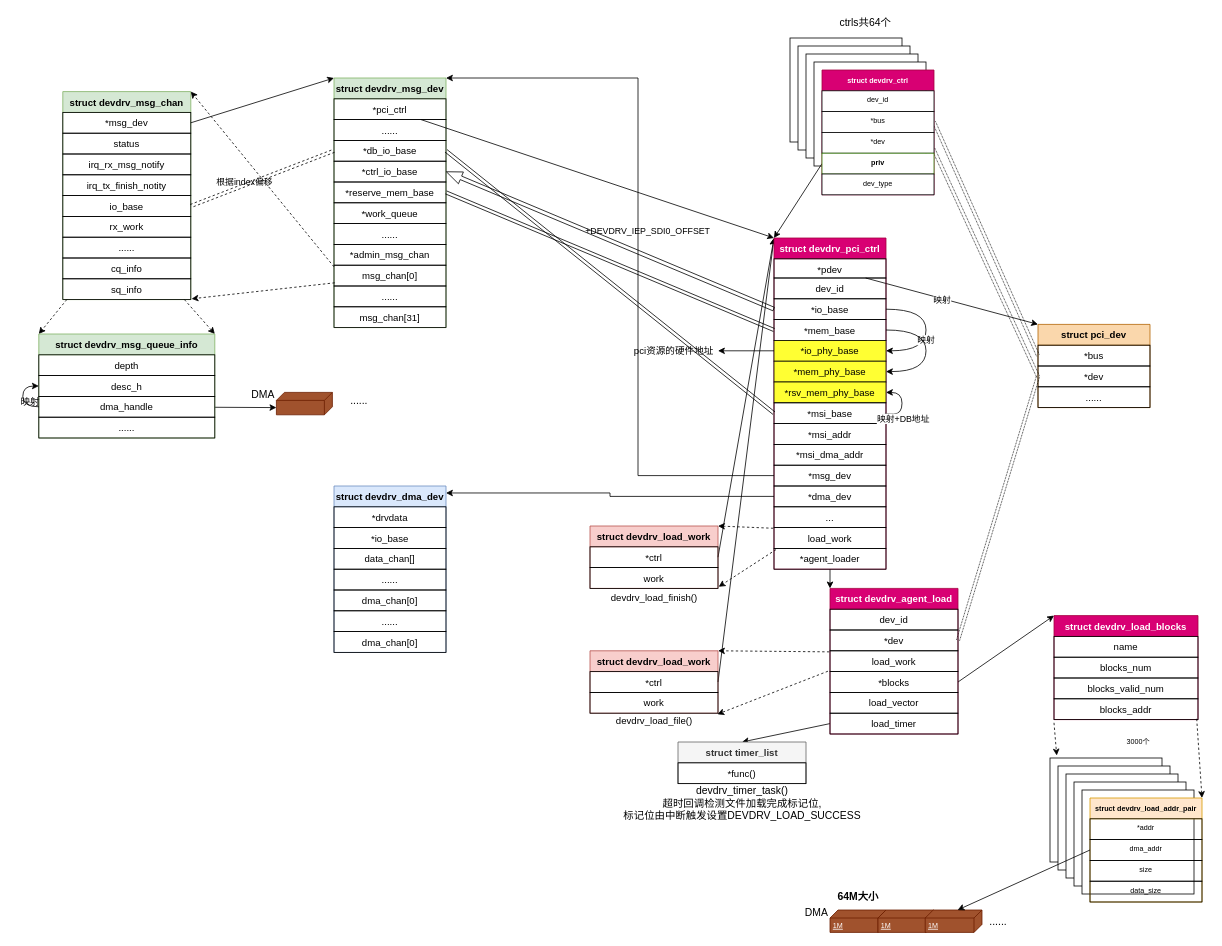
Above: atlas200.drawio in qiaoshouxing/draw.io (draw.io), before the change. Source tidied: cells renumbered, new cells numbered last; positions are measured from the earlier drawing's top-left corner, leaving out a move shared by most shapes. Both pictures are drawn from the tidied source at 80%, with x=0, y=0 at pixel (14, 14).
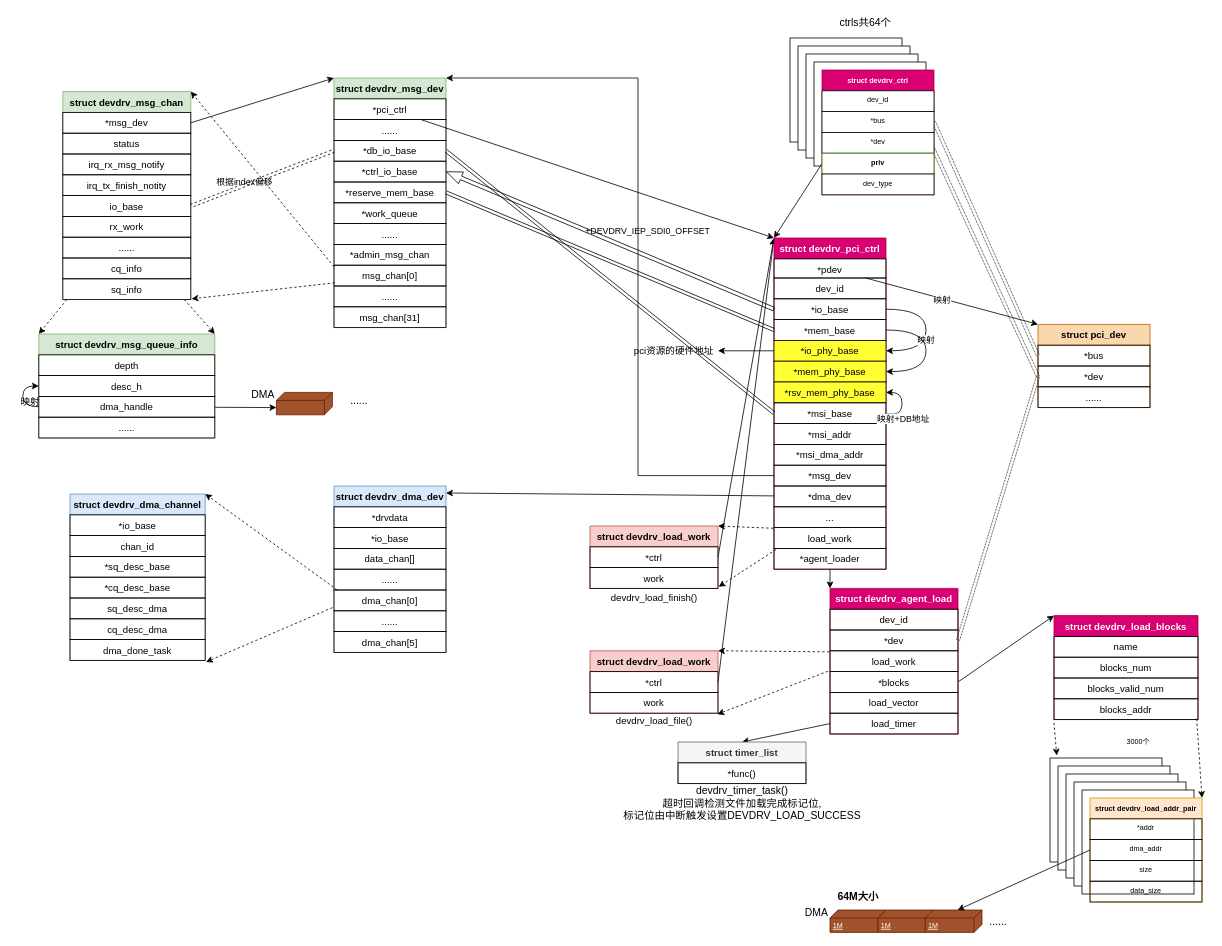
The same page after the edit.

The change refers to these unchanged cells:
```xml
<mxCell id="49" value="*dma_dev" style="text;strokeColor=#000000;fillColor=none;align=center;verticalAlign=top;spacingLeft=4;spacingRight=4;overflow=hidden;points=[[0,0.5],[1,0.5]];portConstraint=eastwest;" parent="35" vertex="1">
  <mxGeometry y="310" width="140" height="26" as="geometry" />
</mxCell>
<mxCell id="145" value="struct devdrv_dma_dev" style="swimlane;fontStyle=1;horizontal=1;startSize=26;fillColor=#dae8fc;strokeColor=#6c8ebf;" parent="1" vertex="1">
  <mxGeometry x="400" y="590" width="140" height="208" as="geometry" />
</mxCell>
<mxCell id="150" value="dma_chan[0]" style="text;strokeColor=#000000;fillColor=none;align=center;verticalAlign=top;spacingLeft=4;spacingRight=4;overflow=hidden;points=[[0,0.5],[1,0.5]];portConstraint=eastwest;" parent="145" vertex="1">
  <mxGeometry y="130" width="140" height="26" as="geometry" />
</mxCell>
```

The edit, as a diff of the source:
```diff
@@
-    <mxCell id="144" style="edgeStyle=orthogonalEdgeStyle;rounded=0;jettySize=auto;html=1;entryX=1;entryY=0.042;entryDx=0;entryDy=0;entryPerimeter=0;" parent="1" edge="1" source="49" target="145">
+    <mxCell id="144" style="rounded=0;jettySize=auto;html=1;entryX=1;entryY=0.042;entryDx=0;entryDy=0;entryPerimeter=0;" parent="1" edge="1" source="49" target="145">
       <mxGeometry relative="1" as="geometry" />
     </mxCell>
@@
-    <mxCell id="152" value="dma_chan[0]" style="text;strokeColor=#000000;fillColor=none;align=center;verticalAlign=top;spacingLeft=4;spacingRight=4;overflow=hidden;" parent="145" vertex="1">
+    <mxCell id="152" value="dma_chan[5]" style="text;strokeColor=#000000;fillColor=none;align=center;verticalAlign=top;spacingLeft=4;spacingRight=4;overflow=hidden;" parent="145" vertex="1">
       <mxGeometry y="182" width="140" height="26" as="geometry" />
     </mxCell>
+    <mxCell id="153" value="struct devdrv_dma_channel" style="swimlane;fontStyle=1;horizontal=1;startSize=26;fillColor=#dae8fc;strokeColor=#6c8ebf;" parent="1" vertex="1">
+      <mxGeometry x="70" y="600" width="169" height="208" as="geometry" />
+    </mxCell>
+    <mxCell id="154" value="*io_base" style="text;strokeColor=#000000;fillColor=none;align=center;verticalAlign=top;spacingLeft=4;spacingRight=4;overflow=hidden;" parent="153" vertex="1">
+      <mxGeometry y="26" width="169" height="26" as="geometry" />
+    </mxCell>
+    <mxCell id="155" value="chan_id" style="text;strokeColor=#000000;fillColor=none;align=center;verticalAlign=top;spacingLeft=4;spacingRight=4;overflow=hidden;" parent="153" vertex="1">
+      <mxGeometry y="52" width="169" height="26" as="geometry" />
+    </mxCell>
+    <mxCell id="156" value="*sq_desc_base" style="text;strokeColor=#000000;fillColor=none;align=center;verticalAlign=top;spacingLeft=4;spacingRight=4;overflow=hidden;" parent="153" vertex="1">
+      <mxGeometry y="78" width="169" height="26" as="geometry" />
+    </mxCell>
+    <mxCell id="157" value="*cq_desc_base" style="text;strokeColor=#000000;fillColor=none;align=center;verticalAlign=top;spacingLeft=4;spacingRight=4;overflow=hidden;" parent="153" vertex="1">
+      <mxGeometry y="104" width="169" height="26" as="geometry" />
+    </mxCell>
+    <mxCell id="158" value="sq_desc_dma" style="text;strokeColor=#000000;fillColor=none;align=center;verticalAlign=top;spacingLeft=4;spacingRight=4;overflow=hidden;" parent="153" vertex="1">
+      <mxGeometry y="130" width="169" height="26" as="geometry" />
+    </mxCell>
+    <mxCell id="159" value="cq_desc_dma" style="text;strokeColor=#000000;fillColor=none;align=center;verticalAlign=top;spacingLeft=4;spacingRight=4;overflow=hidden;" parent="153" vertex="1">
+      <mxGeometry y="156" width="169" height="26" as="geometry" />
+    </mxCell>
+    <mxCell id="160" value="dma_done_task" style="text;strokeColor=#000000;fillColor=none;align=center;verticalAlign=top;spacingLeft=4;spacingRight=4;overflow=hidden;points=[[0,0.5],[1,0.5]];portConstraint=eastwest;" parent="153" vertex="1">
+      <mxGeometry y="182" width="169" height="26" as="geometry" />
+    </mxCell>
+    <mxCell id="161" style="edgeStyle=none;rounded=0;jettySize=auto;html=1;entryX=1;entryY=0;entryDx=0;entryDy=0;exitX=0.029;exitY=0;exitDx=0;exitDy=0;exitPerimeter=0;dashed=1;" parent="1" edge="1" source="150" target="153">
+      <mxGeometry relative="1" as="geometry" />
+    </mxCell>
+    <mxCell id="162" style="edgeStyle=none;rounded=0;jettySize=auto;html=1;entryX=1.006;entryY=1.077;entryDx=0;entryDy=0;entryPerimeter=0;exitX=-0.014;exitY=0.846;exitDx=0;exitDy=0;exitPerimeter=0;dashed=1;" parent="1" edge="1" source="150" target="160">
+      <mxGeometry relative="1" as="geometry" />
+    </mxCell>
```
